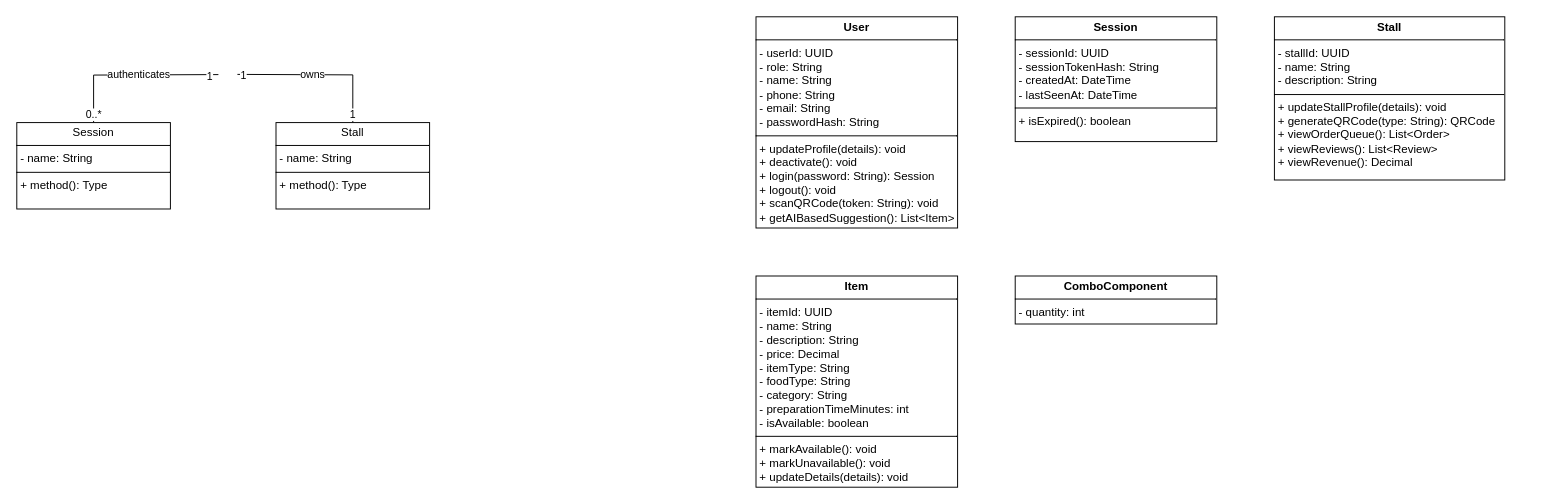
arafatmansuri/SmartFoodCourt-System-Design keeps this draw.io diagram as class-diagram.drawio. Above is the earlier version. Source tidied: cells renumbered, new cells numbered last; positions are measured from the earlier drawing's top-left corner, leaving out a move shared by most shapes. Both pictures are drawn from the tidied source at 96%, with x=0, y=0 at pixel (16, 16).
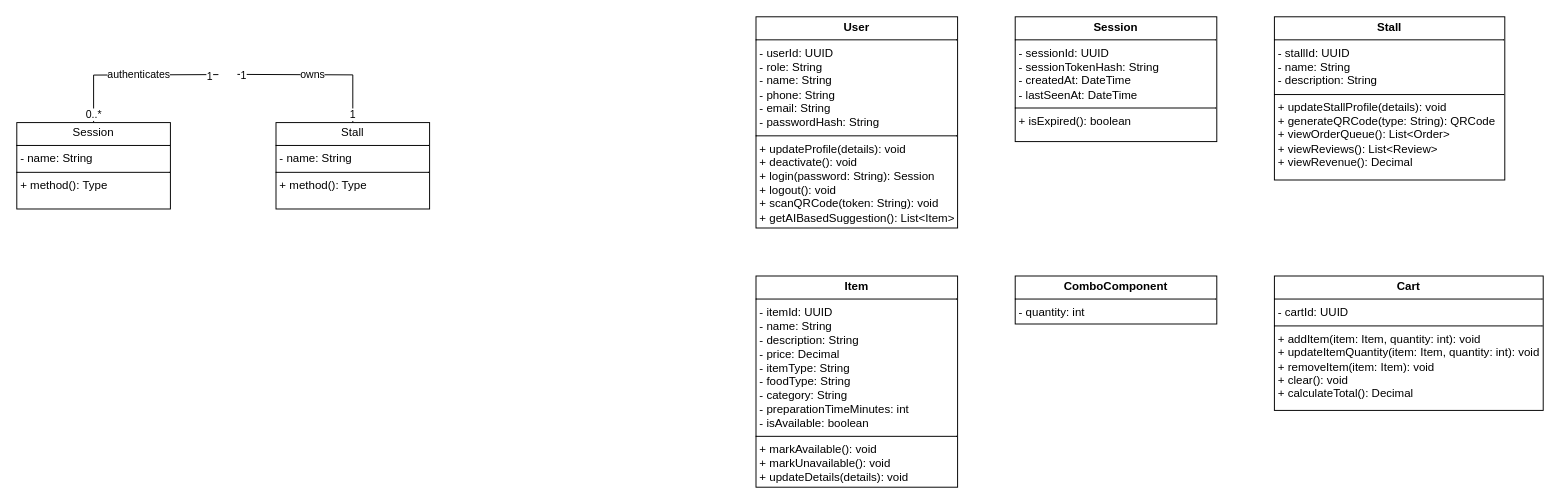
The same page after the edit.

Change to the diagram source:
```diff
@@
+    <mxCell id="17" value="&lt;p style=&quot;margin:0px;margin-top:4px;text-align:center;&quot;&gt;&lt;b&gt;Cart&lt;/b&gt;&lt;/p&gt;&lt;hr size=&quot;1&quot; style=&quot;border-style:solid;&quot;&gt;&lt;p style=&quot;margin:0px;margin-left:4px;&quot;&gt;&lt;span style=&quot;background-color: transparent; color: light-dark(rgb(0, 0, 0), rgb(255, 255, 255));&quot;&gt;- cartId: UUID&lt;/span&gt;&lt;/p&gt;&lt;hr size=&quot;1&quot; style=&quot;border-style:solid;&quot;&gt;&lt;p style=&quot;margin:0px;margin-left:4px;&quot;&gt;+ addItem(item: Item, quantity: int): void&lt;/p&gt;&lt;p style=&quot;margin:0px;margin-left:4px;&quot;&gt;+ updateItemQuantity(item: Item, quantity: int): void&lt;/p&gt;&lt;p style=&quot;margin:0px;margin-left:4px;&quot;&gt;+ removeItem(item: Item): void&lt;/p&gt;&lt;p style=&quot;margin:0px;margin-left:4px;&quot;&gt;+ clear(): void&lt;br/&gt;+ calculateTotal(): Decimal&lt;/p&gt;" style="verticalAlign=top;align=left;overflow=fill;html=1;whiteSpace=wrap;direction=east;" parent="1" vertex="1">
+      <mxGeometry x="1310" y="270" width="280" height="140" as="geometry" />
+    </mxCell>
```
